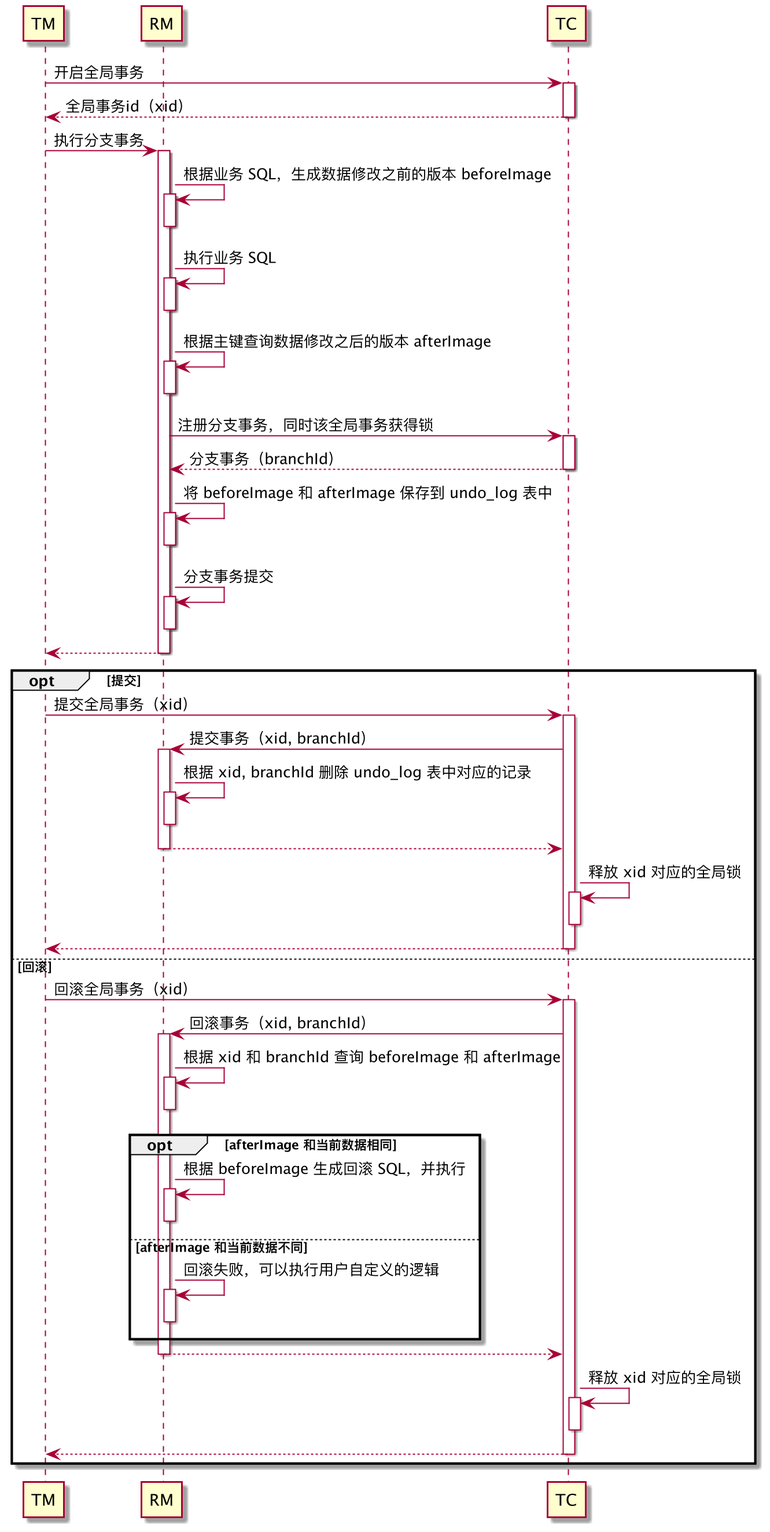
This is assets/分布式事务/seata-at.png from wangshangming/wangshangming.github.io, a PlantUML export, as it was before one commit.
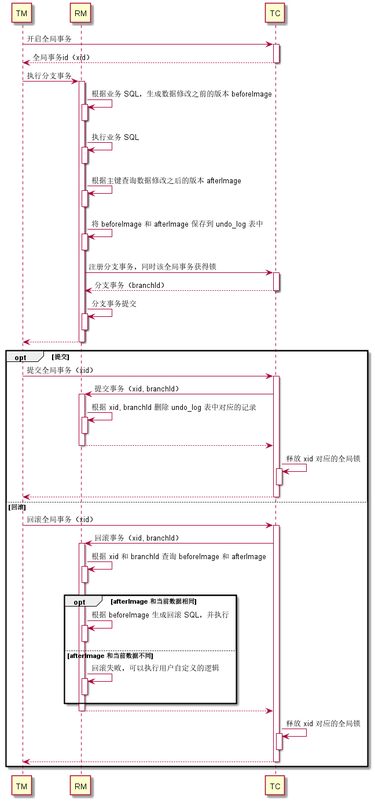
After the commit.

Diff of the diagram source:
```diff
@@ -13,9 +13,9 @@
 RM -> RM ++-- : 根据业务 SQL，生成数据修改之前的版本 beforeImage
 RM -> RM ++-- : 执行业务 SQL
 RM -> RM ++-- : 根据主键查询数据修改之后的版本 afterImage
+RM -> RM ++-- : 将 beforeImage 和 afterImage 保存到 undo_log 表中
 RM -> TC: 注册分支事务，同时该全局事务获得锁
 return 分支事务（branchId）
-RM -> RM ++-- : 将 beforeImage 和 afterImage 保存到 undo_log 表中
 RM -> RM ++-- : 分支事务提交
 return
 
```
